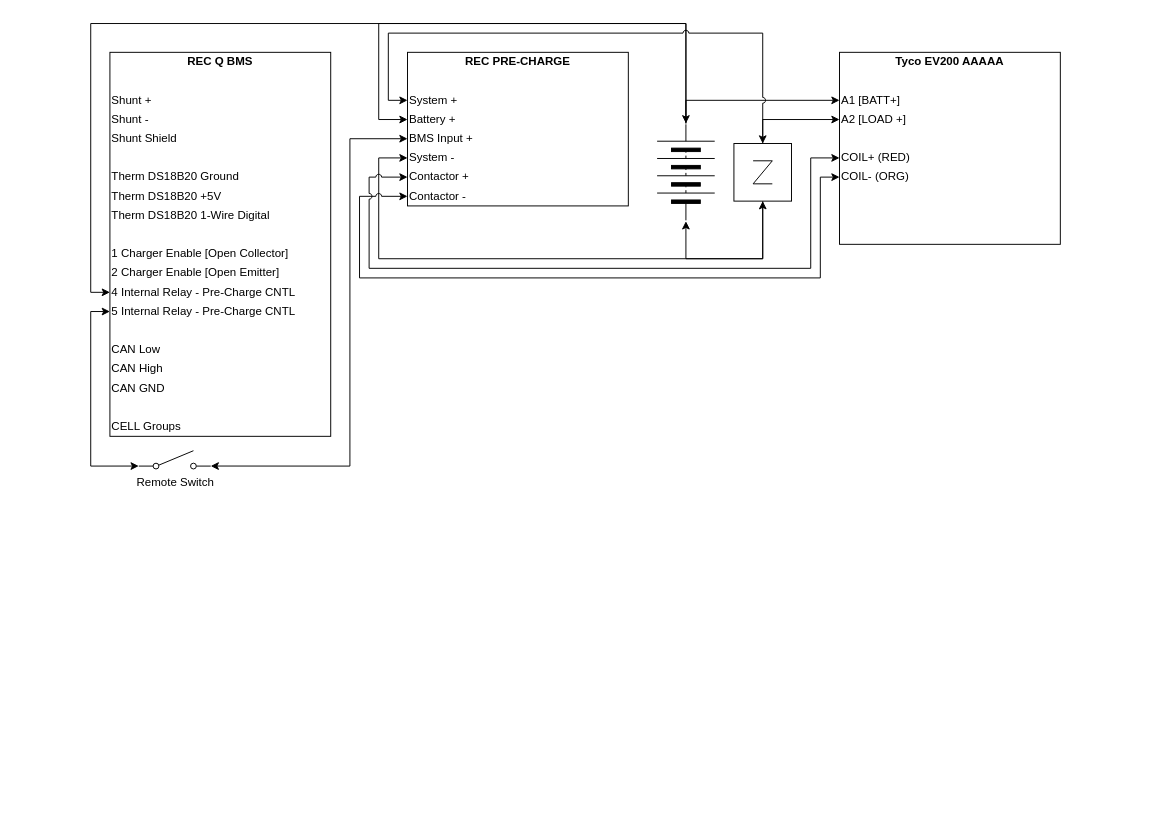
This is page "Default" (1 of 2) of van/electrical/BMS_wiring_logic/REC_Q_BMS_Wiring_Logic.drawio from natecostello/van_two_point_oh, a draw.io file, before an edit. Source tidied: cells renumbered, new cells numbered last; positions are measured from the earlier drawing's top-left corner, leaving out a move shared by most shapes. Both pictures are drawn from the tidied source at 96%, with x=0, y=0 at pixel (90, 23).
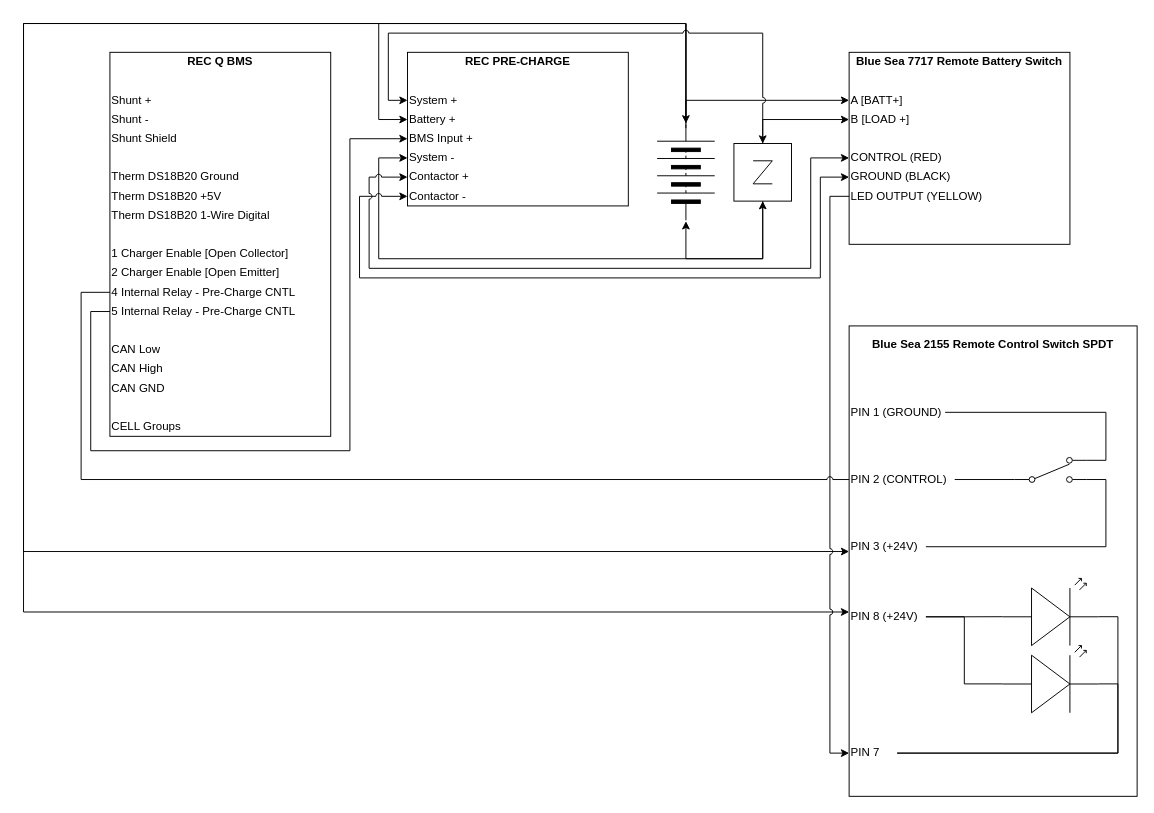
Above is the later version.

Commit message (it also covers changes not shown here):
incorporated use of Remote Battery Switch

The change refers to these unchanged cells:
```xml
<mxCell id="10" value="BMS Input +" style="text;html=1;strokeColor=none;fillColor=none;align=left;verticalAlign=middle;whiteSpace=wrap;rounded=0;" parent="3" vertex="1">
  <mxGeometry y="80" width="200" height="20" as="geometry" />
</mxCell>
<mxCell id="15" style="verticalLabelPosition=bottom;shadow=0;dashed=0;align=center;html=1;verticalAlign=top;shape=mxgraph.electrical.miscellaneous.batteryStack;rotation=-90;perimeterSpacing=1;fillColor=#000000;" parent="1" vertex="1">
  <mxGeometry x="570" y="125" width="100" height="60" as="geometry" />
</mxCell>
<mxCell id="39" value="4 Internal Relay - Pre-Charge CNTL" style="text;html=1;strokeColor=none;fillColor=none;align=left;verticalAlign=middle;whiteSpace=wrap;rounded=0;" parent="24" vertex="1">
  <mxGeometry y="240" width="200" height="20" as="geometry" />
</mxCell>
<mxCell id="40" value="5 Internal Relay - Pre-Charge CNTL" style="text;html=1;strokeColor=none;fillColor=none;align=left;verticalAlign=middle;whiteSpace=wrap;rounded=0;" parent="24" vertex="1">
  <mxGeometry y="260" width="200" height="20" as="geometry" />
</mxCell>
```

What changed in the source:
```diff
@@
-    <mxCell id="13" style="edgeStyle=orthogonalEdgeStyle;rounded=0;jumpStyle=arc;jettySize=auto;html=1;exitX=1;exitY=0.5;exitDx=0;exitDy=0;entryX=0;entryY=0.5;entryDx=0;entryDy=0;" parent="1" edge="1" source="15" target="39">
-      <mxGeometry relative="1" as="geometry">
-        <Array as="points">
-          <mxPoint x="620" />
-          <mxPoint />
-          <mxPoint y="280" />
-        </Array>
-      </mxGeometry>
-    </mxCell>
@@
+    <mxCell id="51" style="edgeStyle=orthogonalEdgeStyle;rounded=0;orthogonalLoop=1;jettySize=auto;html=1;exitX=1;exitY=0.5;exitDx=0;exitDy=0;entryX=0;entryY=0.5;entryDx=0;entryDy=0;" parent="1" edge="1">
+      <mxGeometry relative="1" as="geometry">
+        <mxPoint x="620" y="99" as="sourcePoint" />
+        <mxPoint x="790" y="613" as="targetPoint" />
+        <Array as="points">
+          <mxPoint x="620" />
+          <mxPoint x="-70" />
+          <mxPoint x="-70" y="613" />
+        </Array>
+      </mxGeometry>
+    </mxCell>
+    <mxCell id="52" style="edgeStyle=orthogonalEdgeStyle;rounded=0;orthogonalLoop=1;jettySize=auto;html=1;exitX=1;exitY=0.5;exitDx=0;exitDy=0;entryX=0;entryY=0.5;entryDx=0;entryDy=0;" parent="1" edge="1">
+      <mxGeometry relative="1" as="geometry">
+        <mxPoint x="620" y="109" as="sourcePoint" />
+        <mxPoint x="790" y="550" as="targetPoint" />
+        <Array as="points">
+          <mxPoint x="620" />
+          <mxPoint x="-70" />
+          <mxPoint x="-70" y="550" />
+        </Array>
+      </mxGeometry>
+    </mxCell>
@@
-    <mxCell id="21" style="edgeStyle=orthogonalEdgeStyle;rounded=0;jumpStyle=arc;jettySize=auto;html=1;exitX=1;exitY=0.84;exitDx=0;exitDy=0;exitPerimeter=0;entryX=0;entryY=0.5;entryDx=0;entryDy=0;startArrow=classic;startFill=1;" parent="1" edge="1" source="22" target="10">
-      <mxGeometry relative="1" as="geometry">
-        <Array as="points">
-          <mxPoint x="270" y="461" />
-          <mxPoint x="270" y="120" />
-        </Array>
-      </mxGeometry>
-    </mxCell>
-    <mxCell id="22" value="Remote Switch" style="verticalLabelPosition=bottom;shadow=0;dashed=0;align=center;html=1;verticalAlign=top;shape=mxgraph.electrical.electro-mechanical.simple_switch;" parent="1" vertex="1">
-      <mxGeometry x="50" y="445" width="75" height="19" as="geometry" />
-    </mxCell>
@@
-    <mxCell id="41" style="edgeStyle=orthogonalEdgeStyle;rounded=0;jumpStyle=arc;jettySize=auto;html=1;exitX=0;exitY=0.5;exitDx=0;exitDy=0;entryX=0;entryY=0.84;entryDx=0;entryDy=0;entryPerimeter=0;startArrow=classic;startFill=1;" parent="1" edge="1" source="40" target="22">
-      <mxGeometry relative="1" as="geometry" />
-    </mxCell>
@@
     <mxCell id="44" style="group;" parent="1" vertex="1">
-      <mxGeometry x="780" y="30" width="230" height="200" as="geometry" />
+      <mxGeometry x="790" y="30" width="230" height="200" as="geometry" />
     </mxCell>
@@
-    <mxCell id="46" value="A1 [BATT+]" style="text;html=1;strokeColor=none;fillColor=none;align=left;verticalAlign=middle;whiteSpace=wrap;rounded=0;" parent="44" vertex="1">
+    <mxCell id="46" value="A [BATT+]" style="text;html=1;strokeColor=none;fillColor=none;align=left;verticalAlign=middle;whiteSpace=wrap;rounded=0;" parent="44" vertex="1">
       <mxGeometry y="40" width="200" height="20" as="geometry" />
     </mxCell>
-    <mxCell id="47" value="COIL- (ORG)" style="text;html=1;strokeColor=none;fillColor=none;align=left;verticalAlign=middle;whiteSpace=wrap;rounded=0;" parent="44" vertex="1">
+    <mxCell id="47" value="GROUND (BLACK)" style="text;html=1;strokeColor=none;fillColor=none;align=left;verticalAlign=middle;whiteSpace=wrap;rounded=0;" parent="44" vertex="1">
       <mxGeometry y="120" width="200" height="20" as="geometry" />
     </mxCell>
-    <mxCell id="48" value="A2 [LOAD +]" style="text;html=1;strokeColor=none;fillColor=none;align=left;verticalAlign=middle;whiteSpace=wrap;rounded=0;" parent="44" vertex="1">
+    <mxCell id="48" value="B [LOAD +]" style="text;html=1;strokeColor=none;fillColor=none;align=left;verticalAlign=middle;whiteSpace=wrap;rounded=0;" parent="44" vertex="1">
       <mxGeometry y="60" width="200" height="20" as="geometry" />
     </mxCell>
-    <mxCell id="49" value="COIL+ (RED)" style="text;html=1;strokeColor=none;fillColor=none;align=left;verticalAlign=middle;whiteSpace=wrap;rounded=0;" parent="44" vertex="1">
+    <mxCell id="49" value="CONTROL (RED)" style="text;html=1;strokeColor=none;fillColor=none;align=left;verticalAlign=middle;whiteSpace=wrap;rounded=0;" parent="44" vertex="1">
       <mxGeometry y="100" width="200" height="20" as="geometry" />
     </mxCell>
-    <mxCell id="50" value="&lt;b&gt;Tyco EV200 AAAAA&lt;/b&gt;" style="text;html=1;strokeColor=none;fillColor=none;align=center;verticalAlign=middle;whiteSpace=wrap;rounded=0;" parent="44" vertex="1">
+    <mxCell id="50" value="&lt;b&gt;Blue Sea 7717 Remote Battery Switch&lt;/b&gt;" style="text;html=1;strokeColor=none;fillColor=none;align=center;verticalAlign=middle;whiteSpace=wrap;rounded=0;" parent="44" vertex="1">
       <mxGeometry width="230" height="20" as="geometry" />
     </mxCell>
+    <mxCell id="53" value="LED OUTPUT (YELLOW)" style="text;html=1;strokeColor=none;fillColor=none;align=left;verticalAlign=middle;whiteSpace=wrap;rounded=0;" parent="44" vertex="1">
+      <mxGeometry y="140" width="200" height="20" as="geometry" />
+    </mxCell>
+    <mxCell id="54" style="group;" parent="1" vertex="1">
+      <mxGeometry x="790" y="315" width="300" height="490" as="geometry" />
+    </mxCell>
+    <mxCell id="55" style="rounded=0;whiteSpace=wrap;html=1;" parent="54" vertex="1">
+      <mxGeometry width="300" height="490" as="geometry" />
+    </mxCell>
+    <mxCell id="56" style="verticalLabelPosition=bottom;shadow=0;dashed=0;align=center;html=1;verticalAlign=top;shape=mxgraph.electrical.electro-mechanical.2-way_switch;" parent="54" vertex="1">
+      <mxGeometry x="172.5" y="137" width="75" height="26" as="geometry" />
+    </mxCell>
+    <mxCell id="57" style="verticalLabelPosition=bottom;shadow=0;dashed=0;align=center;html=1;verticalAlign=top;shape=mxgraph.electrical.opto_electronics.led_2;" parent="54" vertex="1">
+      <mxGeometry x="160" y="263" width="100" height="70" as="geometry" />
+    </mxCell>
+    <mxCell id="58" style="verticalLabelPosition=bottom;shadow=0;dashed=0;align=center;html=1;verticalAlign=top;shape=mxgraph.electrical.opto_electronics.led_2;" parent="54" vertex="1">
+      <mxGeometry x="160" y="333" width="100" height="70" as="geometry" />
+    </mxCell>
+    <mxCell id="59" style="edgeStyle=orthogonalEdgeStyle;rounded=0;jettySize=auto;html=1;exitX=1;exitY=0.5;exitDx=0;exitDy=0;entryX=0;entryY=0.57;entryDx=0;entryDy=0;entryPerimeter=0;endArrow=none;endFill=0;" parent="54" edge="1" source="61" target="57">
+      <mxGeometry relative="1" as="geometry" />
+    </mxCell>
+    <mxCell id="60" style="edgeStyle=orthogonalEdgeStyle;rounded=0;jettySize=auto;html=1;exitX=1;exitY=0.5;exitDx=0;exitDy=0;entryX=0;entryY=0.57;entryDx=0;entryDy=0;entryPerimeter=0;endArrow=none;endFill=0;" parent="54" edge="1" source="61" target="58">
+      <mxGeometry relative="1" as="geometry" />
+    </mxCell>
+    <mxCell id="61" value="PIN 8 (+24V)" style="text;html=1;strokeColor=none;fillColor=none;align=left;verticalAlign=middle;whiteSpace=wrap;rounded=0;" parent="54" vertex="1">
+      <mxGeometry y="293" width="80" height="20" as="geometry" />
+    </mxCell>
+    <mxCell id="62" value="PIN 7" style="text;html=1;strokeColor=none;fillColor=none;align=left;verticalAlign=middle;whiteSpace=wrap;rounded=0;" parent="54" vertex="1">
+      <mxGeometry y="435" width="50" height="20" as="geometry" />
+    </mxCell>
+    <mxCell id="63" style="edgeStyle=orthogonalEdgeStyle;rounded=0;jettySize=auto;html=1;exitX=1;exitY=0.57;exitDx=0;exitDy=0;exitPerimeter=0;entryX=1;entryY=0.5;entryDx=0;entryDy=0;endArrow=none;endFill=0;" parent="54" edge="1" source="57" target="62">
+      <mxGeometry relative="1" as="geometry" />
+    </mxCell>
+    <mxCell id="64" style="edgeStyle=orthogonalEdgeStyle;rounded=0;jettySize=auto;html=1;exitX=1;exitY=0.57;exitDx=0;exitDy=0;exitPerimeter=0;entryX=1;entryY=0.5;entryDx=0;entryDy=0;endArrow=none;endFill=0;" parent="54" edge="1" source="58" target="62">
+      <mxGeometry relative="1" as="geometry" />
+    </mxCell>
+    <mxCell id="65" value="PIN 3 (+24V)" style="text;html=1;strokeColor=none;fillColor=none;align=left;verticalAlign=middle;whiteSpace=wrap;rounded=0;" parent="54" vertex="1">
+      <mxGeometry y="220" width="80" height="20" as="geometry" />
+    </mxCell>
+    <mxCell id="66" style="edgeStyle=orthogonalEdgeStyle;rounded=0;jettySize=auto;html=1;exitX=1;exitY=0.885;exitDx=0;exitDy=0;exitPerimeter=0;entryX=1;entryY=0.5;entryDx=0;entryDy=0;endArrow=none;endFill=0;" parent="54" edge="1" source="56" target="65">
+      <mxGeometry relative="1" as="geometry" />
+    </mxCell>
+    <mxCell id="67" style="edgeStyle=orthogonalEdgeStyle;rounded=0;jettySize=auto;html=1;exitX=1;exitY=0.5;exitDx=0;exitDy=0;entryX=0;entryY=0.885;entryDx=0;entryDy=0;entryPerimeter=0;endArrow=none;endFill=0;" parent="54" edge="1" source="68" target="56">
+      <mxGeometry relative="1" as="geometry" />
+    </mxCell>
+    <mxCell id="68" value="PIN 2 (CONTROL)" style="text;html=1;strokeColor=none;fillColor=none;align=left;verticalAlign=middle;whiteSpace=wrap;rounded=0;" parent="54" vertex="1">
+      <mxGeometry y="150" width="110" height="20" as="geometry" />
+    </mxCell>
+    <mxCell id="69" value="PIN 1 (GROUND)" style="text;html=1;strokeColor=none;fillColor=none;align=left;verticalAlign=middle;whiteSpace=wrap;rounded=0;" parent="54" vertex="1">
+      <mxGeometry y="80" width="100" height="20" as="geometry" />
+    </mxCell>
+    <mxCell id="70" style="edgeStyle=orthogonalEdgeStyle;rounded=0;jettySize=auto;html=1;exitX=1;exitY=0.115;exitDx=0;exitDy=0;exitPerimeter=0;entryX=1;entryY=0.5;entryDx=0;entryDy=0;endArrow=none;endFill=0;" parent="54" edge="1" source="56" target="69">
+      <mxGeometry relative="1" as="geometry" />
+    </mxCell>
+    <mxCell id="71" value="Blue Sea 2155 Remote Control Switch SPDT" style="text;html=1;strokeColor=none;fillColor=none;align=center;verticalAlign=middle;whiteSpace=wrap;rounded=0;fontStyle=1;" parent="54" vertex="1">
+      <mxGeometry y="10" width="300" height="20" as="geometry" />
+    </mxCell>
+    <mxCell id="72" style="edgeStyle=orthogonalEdgeStyle;rounded=0;jettySize=auto;html=1;exitX=0;exitY=0.5;exitDx=0;exitDy=0;entryX=0;entryY=0.5;entryDx=0;entryDy=0;endArrow=classic;endFill=1;jumpStyle=arc;" parent="1" edge="1" source="53" target="62">
+      <mxGeometry relative="1" as="geometry" />
+    </mxCell>
+    <mxCell id="73" style="edgeStyle=orthogonalEdgeStyle;rounded=0;jettySize=auto;html=1;exitX=0;exitY=0.5;exitDx=0;exitDy=0;endArrow=none;endFill=0;entryX=0;entryY=0.5;entryDx=0;entryDy=0;jumpStyle=arc;" parent="1" edge="1" source="68" target="39">
+      <mxGeometry relative="1" as="geometry">
+        <Array as="points">
+          <mxPoint x="-10" y="475" />
+          <mxPoint x="-10" y="280" />
+        </Array>
+      </mxGeometry>
+    </mxCell>
+    <mxCell id="74" style="edgeStyle=orthogonalEdgeStyle;rounded=0;jettySize=auto;html=1;exitX=0;exitY=0.5;exitDx=0;exitDy=0;entryX=0;entryY=0.5;entryDx=0;entryDy=0;" parent="1" edge="1" source="40" target="10">
+      <mxGeometry relative="1" as="geometry">
+        <Array as="points">
+          <mxPoint y="300" />
+          <mxPoint y="445" />
+          <mxPoint x="270" y="445" />
+          <mxPoint x="270" y="120" />
+        </Array>
+      </mxGeometry>
+    </mxCell>
```
